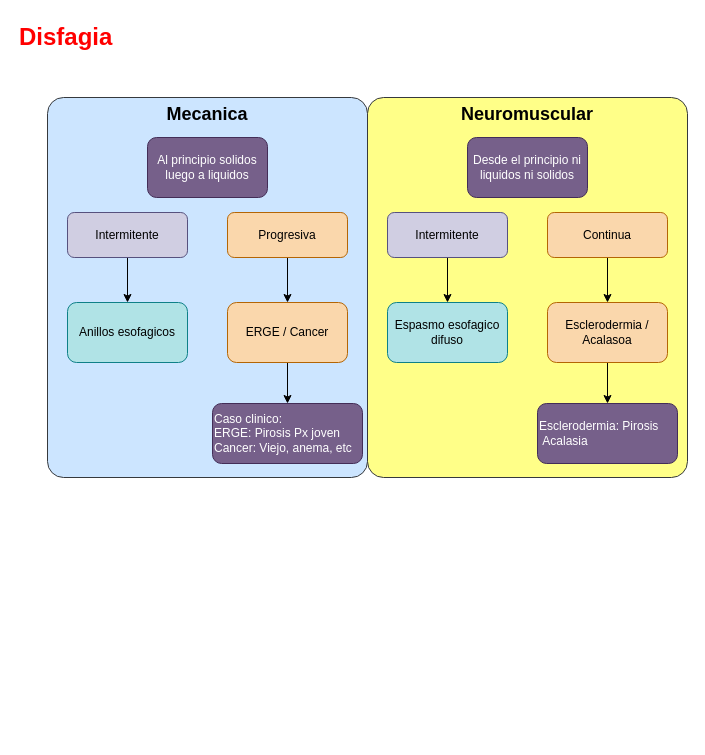
Santicabal/Apuntes keeps this draw.io diagram as Gastro.drawio. Above is the earlier version. Source tidied: cells renumbered, new cells numbered last; positions are measured from the earlier drawing's top-left corner, leaving out a move shared by most shapes. Both pictures are drawn from the tidied source at 100%, with x=0, y=0 at pixel (17, 17).
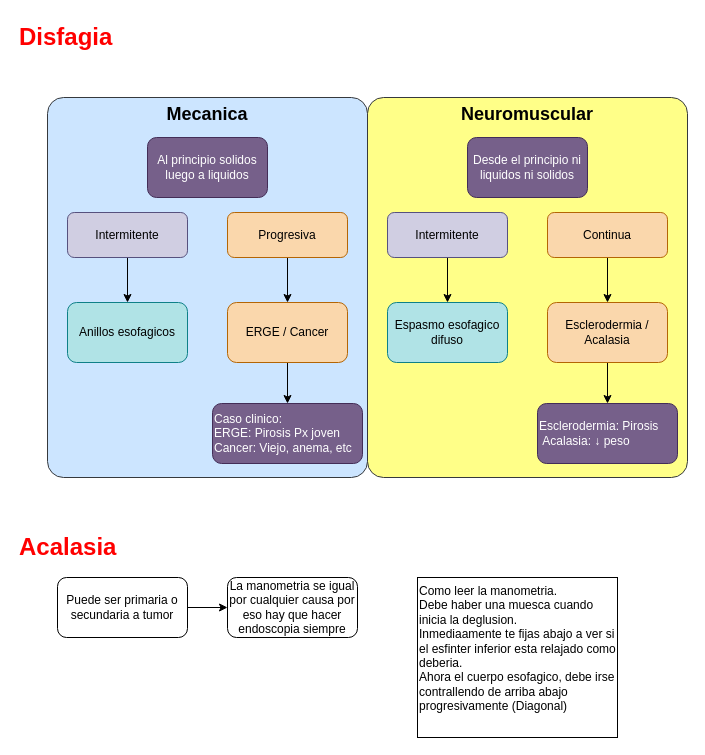
After the change.

What changed in the source:
```diff
@@
-    <mxCell id="19" value="Esclerodermia / Acalasoa" style="rounded=1;whiteSpace=wrap;html=1;fillColor=#fad7ac;strokeColor=#b46504;" parent="1" vertex="1">
+    <mxCell id="19" value="Esclerodermia / Acalasia" style="rounded=1;whiteSpace=wrap;html=1;fillColor=#fad7ac;strokeColor=#b46504;" parent="1" vertex="1">
       <mxGeometry x="530" y="285" width="120" height="60" as="geometry" />
     </mxCell>
-    <mxCell id="20" value="Esclerodermia: Pirosis&lt;br&gt;&amp;nbsp;Acalasia" style="rounded=1;whiteSpace=wrap;html=1;align=left;fillColor=#76608a;fontColor=#ffffff;strokeColor=#432D57;" parent="1" vertex="1">
+    <mxCell id="20" value="Esclerodermia: Pirosis&lt;br&gt;&amp;nbsp;Acalasia: ↓ peso" style="rounded=1;whiteSpace=wrap;html=1;align=left;fillColor=#76608a;fontColor=#ffffff;strokeColor=#432D57;" parent="1" vertex="1">
       <mxGeometry x="520" y="386" width="140" height="60" as="geometry" />
     </mxCell>
@@
+    <mxCell id="23" value="Acalasia" style="text;strokeColor=none;fillColor=none;html=1;fontSize=24;fontStyle=1;verticalAlign=middle;align=left;fontColor=#FF0000;" parent="1" vertex="1">
+      <mxGeometry y="510" width="200" height="40" as="geometry" />
+    </mxCell>
+    <mxCell id="24" style="edgeStyle=orthogonalEdgeStyle;rounded=0;jettySize=auto;html=1;" parent="1" edge="1" source="25" target="26">
+      <mxGeometry relative="1" as="geometry" />
+    </mxCell>
+    <mxCell id="25" value="Puede ser primaria o secundaria a tumor" style="rounded=1;whiteSpace=wrap;html=1;" parent="1" vertex="1">
+      <mxGeometry x="40" y="560" width="130" height="60" as="geometry" />
+    </mxCell>
+    <mxCell id="26" value="La manometria se igual por cualquier causa por eso hay que hacer endoscopia siempre" style="rounded=1;whiteSpace=wrap;html=1;" parent="1" vertex="1">
+      <mxGeometry x="210" y="560" width="130" height="60" as="geometry" />
+    </mxCell>
+    <mxCell id="27" value="Como leer la manometria.&lt;br&gt;Debe haber una muesca cuando inicia la deglusion.&lt;br&gt;Inmediaamente te fijas abajo a ver si el esfinter inferior esta relajado como deberia.&lt;br&gt;Ahora el cuerpo esofagico, debe irse contrallendo de arriba abajo progresivamente (Diagonal)" style="rounded=0;whiteSpace=wrap;html=1;verticalAlign=top;align=left;" parent="1" vertex="1">
+      <mxGeometry x="400" y="560" width="200" height="160" as="geometry" />
+    </mxCell>
```
